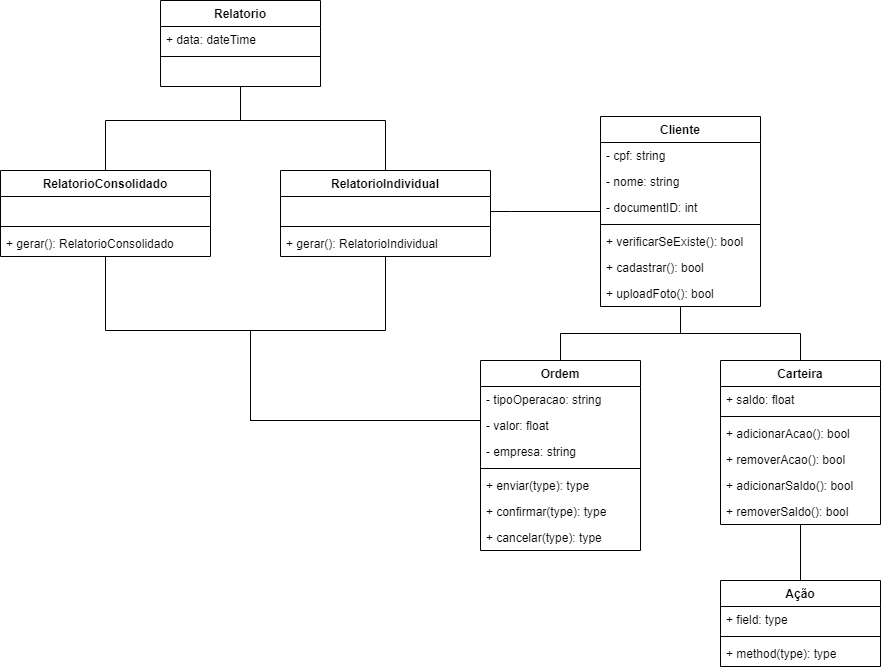
This is MarketClasses.drawio.png from EijiDogen/FEI_MDSMarket, a draw.io export, as it was before one commit. Source tidied: cells renumbered, new cells last; positions are measured from the earlier drawing's top-left corner, leaving out a move shared by most shapes.
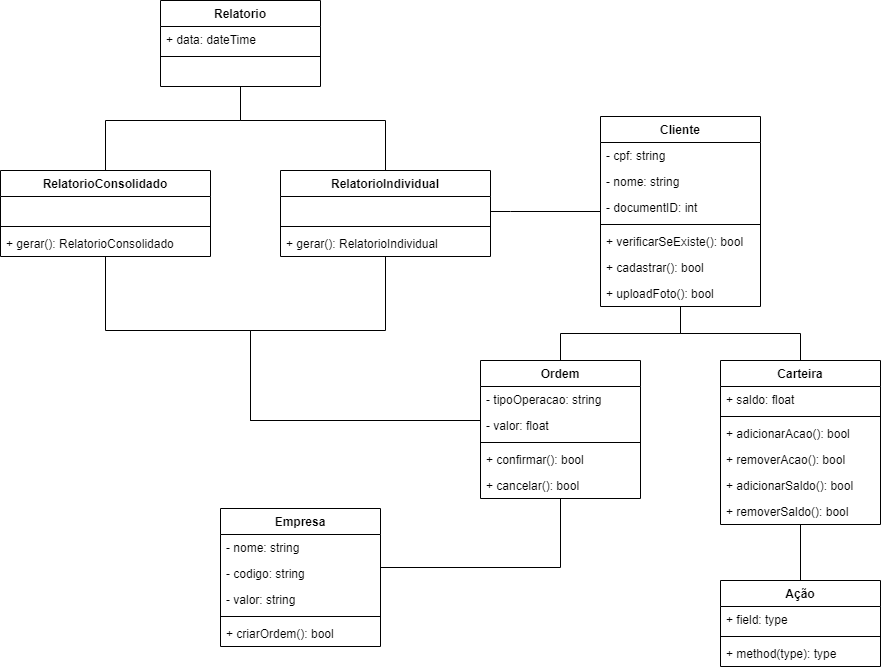
After the commit.

The edit, as a diff of the source:
```diff
@@ -69,7 +69,7 @@
       <mxGeometry y="60" width="160" height="26" as="geometry" />
     </mxCell>
     <mxCell id="24" value="Ordem" style="swimlane;fontStyle=1;align=center;verticalAlign=top;horizontal=1;startSize=26;" parent="1" vertex="1">
-      <mxGeometry x="480" y="360" width="160" height="190" as="geometry" />
+      <mxGeometry x="480" y="360" width="160" height="138" as="geometry" />
     </mxCell>
     <mxCell id="25" value="- tipoOperacao: string" style="text;strokeColor=none;fillColor=none;align=left;verticalAlign=top;spacingLeft=4;spacingRight=4;overflow=hidden;" parent="24" vertex="1">
       <mxGeometry y="26" width="160" height="26" as="geometry" />
@@ -77,20 +77,14 @@
     <mxCell id="26" value="- valor: float" style="text;strokeColor=none;fillColor=none;align=left;verticalAlign=top;spacingLeft=4;spacingRight=4;overflow=hidden;" parent="24" vertex="1">
       <mxGeometry y="52" width="160" height="26" as="geometry" />
     </mxCell>
-    <mxCell id="27" value="- empresa: string" style="text;strokeColor=none;fillColor=none;align=left;verticalAlign=top;spacingLeft=4;spacingRight=4;overflow=hidden;" parent="24" vertex="1">
-      <mxGeometry y="78" width="160" height="26" as="geometry" />
-    </mxCell>
     <mxCell id="28" style="line;strokeWidth=1;fillColor=none;align=left;verticalAlign=middle;spacingTop=-1;spacingLeft=3;spacingRight=3;labelPosition=right;" parent="24" vertex="1">
-      <mxGeometry y="104" width="160" height="8" as="geometry" />
+      <mxGeometry y="78" width="160" height="8" as="geometry" />
     </mxCell>
-    <mxCell id="29" value="+ enviar(type): type" style="text;strokeColor=none;fillColor=none;align=left;verticalAlign=top;spacingLeft=4;spacingRight=4;overflow=hidden;" parent="24" vertex="1">
-      <mxGeometry y="112" width="160" height="26" as="geometry" />
-    </mxCell>
-    <mxCell id="30" value="+ confirmar(type): type" style="text;strokeColor=none;fillColor=none;align=left;verticalAlign=top;spacingLeft=4;spacingRight=4;overflow=hidden;" parent="24" vertex="1">
-      <mxGeometry y="138" width="160" height="26" as="geometry" />
+    <mxCell id="30" value="+ confirmar(): bool" style="text;strokeColor=none;fillColor=none;align=left;verticalAlign=top;spacingLeft=4;spacingRight=4;overflow=hidden;" parent="24" vertex="1">
+      <mxGeometry y="86" width="160" height="26" as="geometry" />
     </mxCell>
-    <mxCell id="31" value="+ cancelar(type): type" style="text;strokeColor=none;fillColor=none;align=left;verticalAlign=top;spacingLeft=4;spacingRight=4;overflow=hidden;" parent="24" vertex="1">
-      <mxGeometry y="164" width="160" height="26" as="geometry" />
+    <mxCell id="31" value="+ cancelar(): bool" style="text;strokeColor=none;fillColor=none;align=left;verticalAlign=top;spacingLeft=4;spacingRight=4;overflow=hidden;" parent="24" vertex="1">
+      <mxGeometry y="112" width="160" height="26" as="geometry" />
     </mxCell>
     <mxCell id="32" style="edgeStyle=orthogonalEdgeStyle;rounded=0;jettySize=auto;html=1;endArrow=none;endFill=0;" parent="1" edge="1" source="34" target="45">
       <mxGeometry relative="1" as="geometry">
@@ -170,5 +164,30 @@
     <mxCell id="48" value="+ gerar(): RelatorioConsolidado" style="text;strokeColor=none;fillColor=none;align=left;verticalAlign=top;spacingLeft=4;spacingRight=4;overflow=hidden;" parent="45" vertex="1">
       <mxGeometry y="60" width="210" height="26" as="geometry" />
     </mxCell>
+    <mxCell id="49" style="edgeStyle=orthogonalEdgeStyle;rounded=0;jettySize=auto;html=1;endArrow=none;endFill=0;" parent="1" edge="1" source="50" target="24">
+      <mxGeometry relative="1" as="geometry">
+        <Array as="points">
+          <mxPoint x="560" y="567" />
+        </Array>
+      </mxGeometry>
+    </mxCell>
+    <mxCell id="50" value="Empresa" style="swimlane;fontStyle=1;align=center;verticalAlign=top;horizontal=1;startSize=26;" parent="1" vertex="1">
+      <mxGeometry x="220" y="508" width="160" height="138" as="geometry" />
+    </mxCell>
+    <mxCell id="51" value="- nome: string" style="text;strokeColor=none;fillColor=none;align=left;verticalAlign=top;spacingLeft=4;spacingRight=4;overflow=hidden;" parent="50" vertex="1">
+      <mxGeometry y="26" width="160" height="26" as="geometry" />
+    </mxCell>
+    <mxCell id="52" value="- codigo: string" style="text;strokeColor=none;fillColor=none;align=left;verticalAlign=top;spacingLeft=4;spacingRight=4;overflow=hidden;" parent="50" vertex="1">
+      <mxGeometry y="52" width="160" height="26" as="geometry" />
+    </mxCell>
+    <mxCell id="53" value="- valor: string" style="text;strokeColor=none;fillColor=none;align=left;verticalAlign=top;spacingLeft=4;spacingRight=4;overflow=hidden;" parent="50" vertex="1">
+      <mxGeometry y="78" width="160" height="26" as="geometry" />
+    </mxCell>
+    <mxCell id="54" style="line;strokeWidth=1;fillColor=none;align=left;verticalAlign=middle;spacingTop=-1;spacingLeft=3;spacingRight=3;labelPosition=right;" parent="50" vertex="1">
+      <mxGeometry y="104" width="160" height="8" as="geometry" />
+    </mxCell>
+    <mxCell id="55" value="+ criarOrdem(): bool" style="text;strokeColor=none;fillColor=none;align=left;verticalAlign=top;spacingLeft=4;spacingRight=4;overflow=hidden;" parent="50" vertex="1">
+      <mxGeometry y="112" width="160" height="26" as="geometry" />
+    </mxCell>
   </root>
 </mxGraphModel>
```
